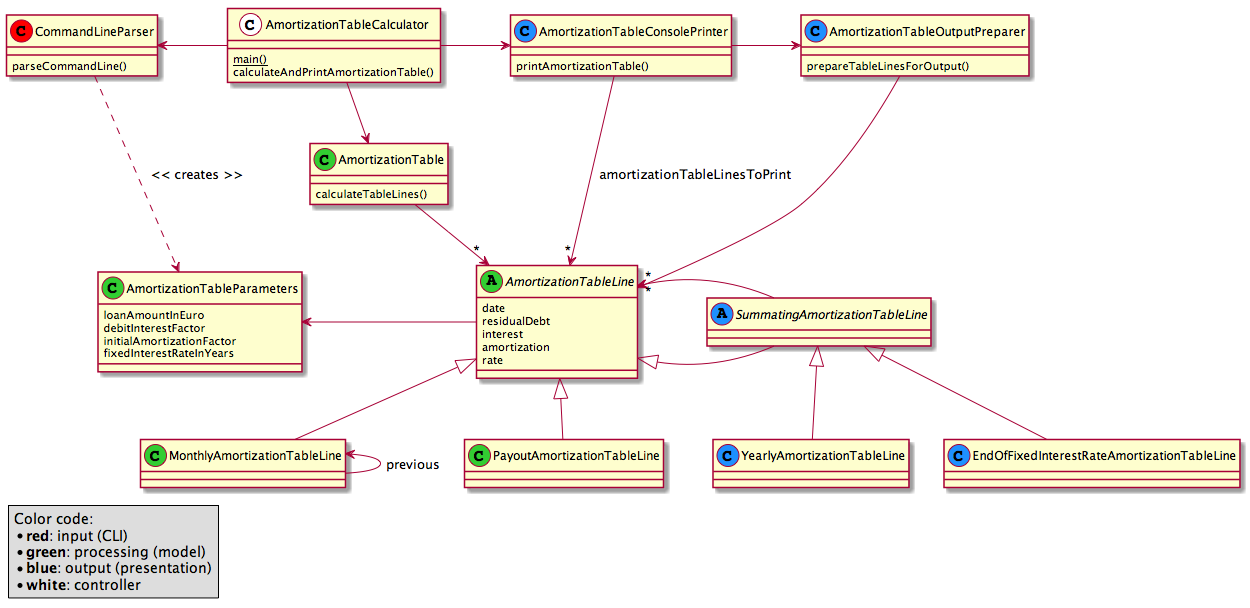
Before: src/main/resources/images/amortization-table-class-diagram.png, a diagram exported from PlantUML (bhelfert/rootyphp).
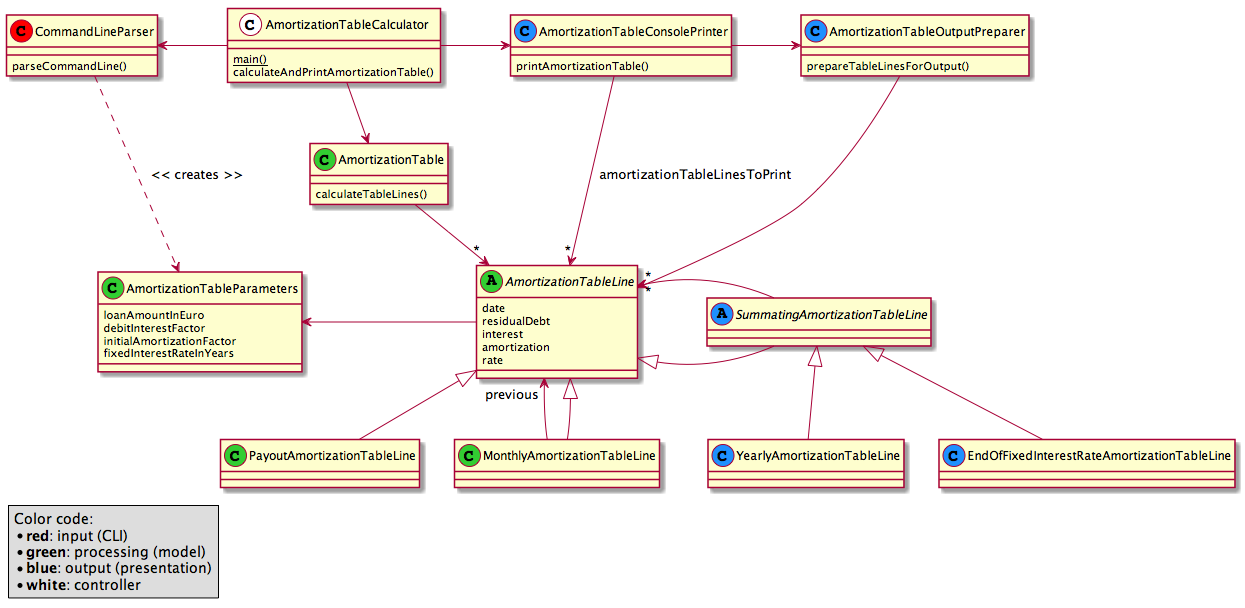
After the change.

Commit message:
Corrected "previous" association of MonthlyAmortizationTableLine.

What changed in the source:
```diff
@@ -77,8 +77,8 @@
 
 class MonthlyAmortizationTableLine << (C,limegreen) >> {
 }
+MonthlyAmortizationTableLine -up-> "previous" AmortizationTableLine
 AmortizationTableLine <|-- MonthlyAmortizationTableLine
-MonthlyAmortizationTableLine -up-> MonthlyAmortizationTableLine : previous
 
 
 
```
